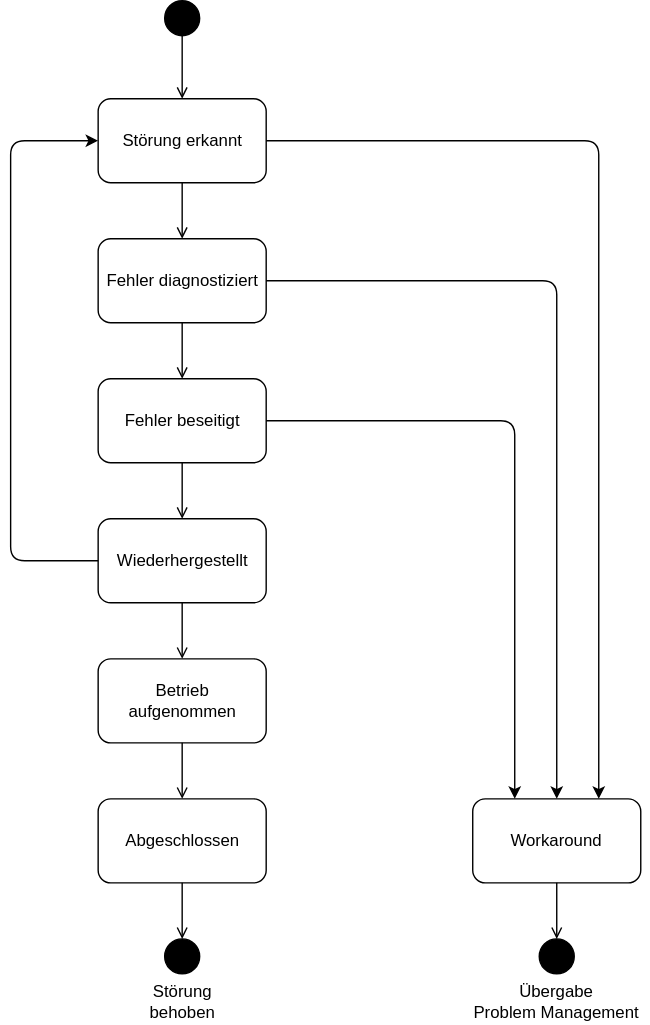
A-Gruber-IU/IWSM02 keeps this draw.io diagram as Störungslebenszyklus.drawio.svg. Above is the earlier version. Source tidied: cells renumbered, new cells last; positions are measured from the earlier drawing's top-left corner, leaving out a move shared by most shapes.
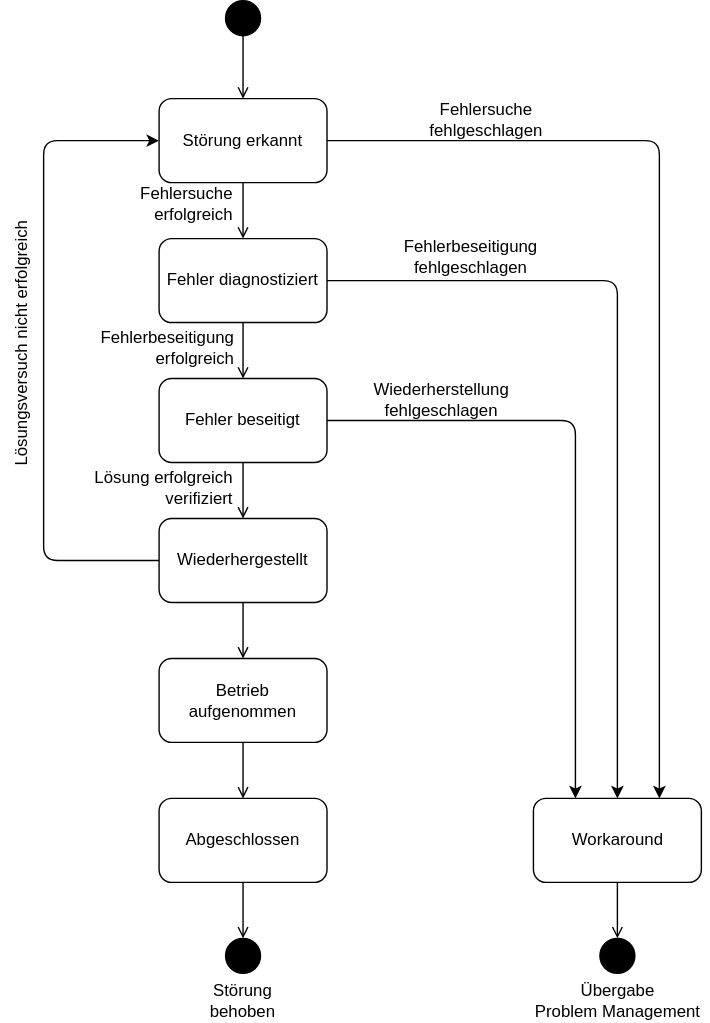
The same file after the commit.

Commit message:
Zustandsdiagramm Beschriftungen

Diff of the diagram source:
```diff
@@ -86,10 +86,31 @@
     <mxCell id="25" style="endArrow=classic;html=1;strokeColor=#000000;fontColor=#000000;exitX=0;exitY=0.5;exitDx=0;exitDy=0;entryX=0;entryY=0.5;entryDx=0;entryDy=0;" parent="1" edge="1" source="12" target="6">
       <mxGeometry relative="1" as="geometry">
         <Array as="points">
-          <mxPoint y="400" />
-          <mxPoint y="100" />
+          <mxPoint x="-20" y="400" />
+          <mxPoint x="-20" y="100" />
         </Array>
       </mxGeometry>
     </mxCell>
+    <mxCell id="26" value="Lösungsversuch nicht erfolgreich" style="text;html=1;strokeColor=none;fillColor=none;align=center;verticalAlign=middle;whiteSpace=wrap;rounded=0;labelBackgroundColor=none;fillStyle=solid;fontColor=#000000;rotation=-90;" parent="1" vertex="1">
+      <mxGeometry x="-163.5" y="230" width="256" height="30" as="geometry" />
+    </mxCell>
+    <mxCell id="27" value="Fehlersuche&lt;br&gt;fehlgeschlagen" style="text;html=1;strokeColor=none;fillColor=none;align=center;verticalAlign=middle;whiteSpace=wrap;rounded=0;labelBackgroundColor=none;fillStyle=solid;fontColor=#000000;" parent="1" vertex="1">
+      <mxGeometry x="192" y="70" width="208" height="30" as="geometry" />
+    </mxCell>
+    <mxCell id="28" value="Wiederherstellung &lt;br&gt;fehlgeschlagen" style="text;html=1;strokeColor=none;fillColor=none;align=center;verticalAlign=middle;whiteSpace=wrap;rounded=0;labelBackgroundColor=none;fillStyle=solid;fontColor=#000000;rotation=0;" parent="1" vertex="1">
+      <mxGeometry x="160" y="270" width="208" height="30" as="geometry" />
+    </mxCell>
+    <mxCell id="29" value="Fehlerbeseitigung&lt;br&gt;fehlgeschlagen" style="text;html=1;strokeColor=none;fillColor=none;align=center;verticalAlign=middle;whiteSpace=wrap;rounded=0;labelBackgroundColor=none;fillStyle=solid;fontColor=#000000;" parent="1" vertex="1">
+      <mxGeometry x="214" y="168" width="141.5" height="30" as="geometry" />
+    </mxCell>
+    <mxCell id="30" value="Fehlersuche erfolgreich" style="text;html=1;strokeColor=none;fillColor=none;align=right;verticalAlign=middle;whiteSpace=wrap;rounded=0;labelBackgroundColor=none;fillStyle=solid;fontColor=#000000;" parent="1" vertex="1">
+      <mxGeometry x="32" y="130" width="86" height="30" as="geometry" />
+    </mxCell>
+    <mxCell id="31" value="Fehlerbeseitigung erfolgreich" style="text;html=1;strokeColor=none;fillColor=none;align=right;verticalAlign=middle;whiteSpace=wrap;rounded=0;labelBackgroundColor=none;fillStyle=solid;fontColor=#000000;" parent="1" vertex="1">
+      <mxGeometry x="1" y="233" width="117" height="30" as="geometry" />
+    </mxCell>
+    <mxCell id="32" value="Lösung erfolgreich verifiziert" style="text;html=1;strokeColor=none;fillColor=none;align=right;verticalAlign=middle;whiteSpace=wrap;rounded=0;labelBackgroundColor=none;fillStyle=solid;fontColor=#000000;" parent="1" vertex="1">
+      <mxGeometry x="13" y="333" width="105" height="30" as="geometry" />
+    </mxCell>
   </root>
 </mxGraphModel>
```
